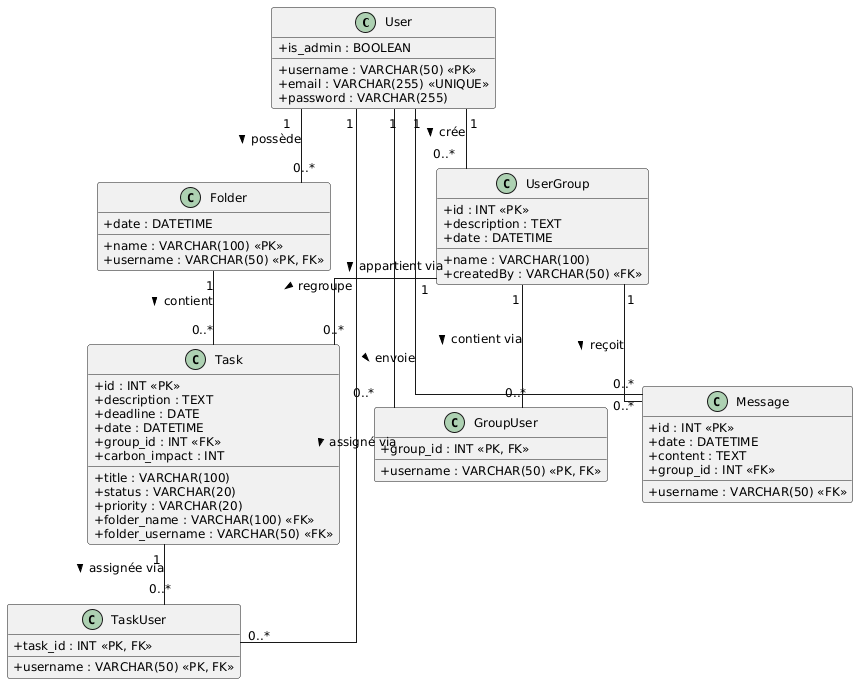
Amande-bld/Green_it keeps this PlantUML diagram as docs/DiagrammeUML/Diagramme_classe_tou_doux.png. Above is the earlier version. Its diagram source:
```plantuml
@startuml
skinparam classAttributeIconSize 0
skinparam classFontSize 13
skinparam defaultFontSize 12
skinparam linetype ortho

class User {
  + username : VARCHAR(50) <<PK>>
  + email : VARCHAR(255) <<UNIQUE>>
  + password : VARCHAR(255)
  + is_admin : BOOLEAN
}

class Folder {
  + name : VARCHAR(100) <<PK>>
  + username : VARCHAR(50) <<PK, FK>>
  + date : DATETIME
}

class UserGroup {
  + id : INT <<PK>>
  + name : VARCHAR(100)
  + description : TEXT
  + date : DATETIME
  + createdBy : VARCHAR(50) <<FK>>
}

class GroupUser {
  + username : VARCHAR(50) <<PK, FK>>
  + group_id : INT <<PK, FK>>
}

class Task {
  + id : INT <<PK>>
  + title : VARCHAR(100)
  + description : TEXT
  + status : VARCHAR(20)
  + deadline : DATE
  + priority : VARCHAR(20)
  + date : DATETIME
  + folder_name : VARCHAR(100) <<FK>>
  + folder_username : VARCHAR(50) <<FK>>
  + group_id : INT <<FK>>
  + carbon_impact : INT
}

class TaskUser {
  + username : VARCHAR(50) <<PK, FK>>
  + task_id : INT <<PK, FK>>
}

class Message {
  + id : INT <<PK>>
  + date : DATETIME
  + content : TEXT
  + username : VARCHAR(50) <<FK>>
  + group_id : INT <<FK>>
}

User "1" -- "0..*" Folder : possède >
User "1" -- "0..*" UserGroup : crée >
User "1" -- "0..*" GroupUser : appartient via >
User "1" -- "0..*" TaskUser : assigné via >
User "1" -- "0..*" Message : envoie >

UserGroup "1" -- "0..*" GroupUser : contient via >
UserGroup "1" -- "0..*" Task : regroupe >
UserGroup "1" -- "0..*" Message : reçoit >

Folder "1" -- "0..*" Task : contient >

Task "1" -- "0..*" TaskUser : assignée via >
@enduml
```
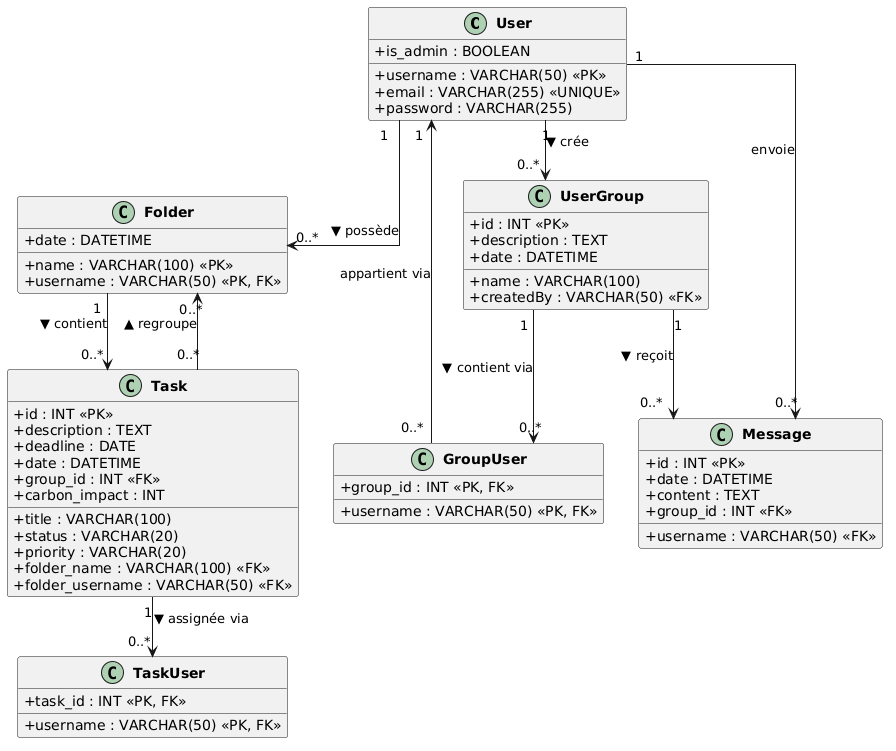
The same file after the commit.

Commit message:
Correction diagramme

Diff of the diagram source:
```diff
@@ -1,73 +1,71 @@
 @startuml
 skinparam classAttributeIconSize 0
-skinparam classFontSize 13
-skinparam defaultFontSize 12
+skinparam classFontStyle bold
 skinparam linetype ortho
 
 class User {
-  + username : VARCHAR(50) <<PK>>
-  + email : VARCHAR(255) <<UNIQUE>>
-  + password : VARCHAR(255)
-  + is_admin : BOOLEAN
+  +is_admin : BOOLEAN
+  +username : VARCHAR(50) «PK»
+  +email : VARCHAR(255) «UNIQUE»
+  +password : VARCHAR(255)
 }
 
 class Folder {
-  + name : VARCHAR(100) <<PK>>
-  + username : VARCHAR(50) <<PK, FK>>
-  + date : DATETIME
+  +date : DATETIME
+  +name : VARCHAR(100) «PK»
+  +username : VARCHAR(50) «PK, FK»
 }
 
 class UserGroup {
-  + id : INT <<PK>>
-  + name : VARCHAR(100)
-  + description : TEXT
-  + date : DATETIME
-  + createdBy : VARCHAR(50) <<FK>>
+  +id : INT «PK»
+  +description : TEXT
+  +date : DATETIME
+  +name : VARCHAR(100)
+  +createdBy : VARCHAR(50) «FK»
+}
+
+class Task {
+  +id : INT «PK»
+  +description : TEXT
+  +deadline : DATE
+  +date : DATETIME
+  +group_id : INT «FK»
+  +carbon_impact : INT
+  +title : VARCHAR(100)
+  +status : VARCHAR(20)
+  +priority : VARCHAR(20)
+  +folder_name : VARCHAR(100) «FK»
+  +folder_username : VARCHAR(50) «FK»
 }
 
 class GroupUser {
-  + username : VARCHAR(50) <<PK, FK>>
-  + group_id : INT <<PK, FK>>
-}
-
-class Task {
-  + id : INT <<PK>>
-  + title : VARCHAR(100)
-  + description : TEXT
-  + status : VARCHAR(20)
-  + deadline : DATE
-  + priority : VARCHAR(20)
-  + date : DATETIME
-  + folder_name : VARCHAR(100) <<FK>>
-  + folder_username : VARCHAR(50) <<FK>>
-  + group_id : INT <<FK>>
-  + carbon_impact : INT
+  +group_id : INT «PK, FK»
+  +username : VARCHAR(50) «PK, FK»
 }
 
 class TaskUser {
-  + username : VARCHAR(50) <<PK, FK>>
-  + task_id : INT <<PK, FK>>
+  +task_id : INT «PK, FK»
+  +username : VARCHAR(50) «PK, FK»
 }
 
 class Message {
-  + id : INT <<PK>>
-  + date : DATETIME
-  + content : TEXT
-  + username : VARCHAR(50) <<FK>>
-  + group_id : INT <<FK>>
+  +id : INT «PK»
+  +date : DATETIME
+  +content : TEXT
+  +group_id : INT «FK»
+  +username : VARCHAR(50) «FK»
 }
 
-User "1" -- "0..*" Folder : possède >
-User "1" -- "0..*" UserGroup : crée >
-User "1" -- "0..*" GroupUser : appartient via >
-User "1" -- "0..*" TaskUser : assigné via >
-User "1" -- "0..*" Message : envoie >
+User "1" --> "0..*" Folder : ▼ possède
+User "1" --> "0..*" UserGroup : ▼ crée
+User "1" --> "0..*" Message : envoie
 
-UserGroup "1" -- "0..*" GroupUser : contient via >
-UserGroup "1" -- "0..*" Task : regroupe >
-UserGroup "1" -- "0..*" Message : reçoit >
+Folder "1" --> "0..*" Task : ▼ contient
+Task "0..*" --> "0..*" Folder : ▲ regroupe
 
-Folder "1" -- "0..*" Task : contient >
+UserGroup "1" --> "0..*" GroupUser : ▼ contient via
+UserGroup "1" --> "0..*" Message : ▼ reçoit
 
-Task "1" -- "0..*" TaskUser : assignée via >
+Task "1" --> "0..*" TaskUser : ▼ assignée via
+GroupUser "0..*" --> "1" User : appartient via
 @enduml
```
